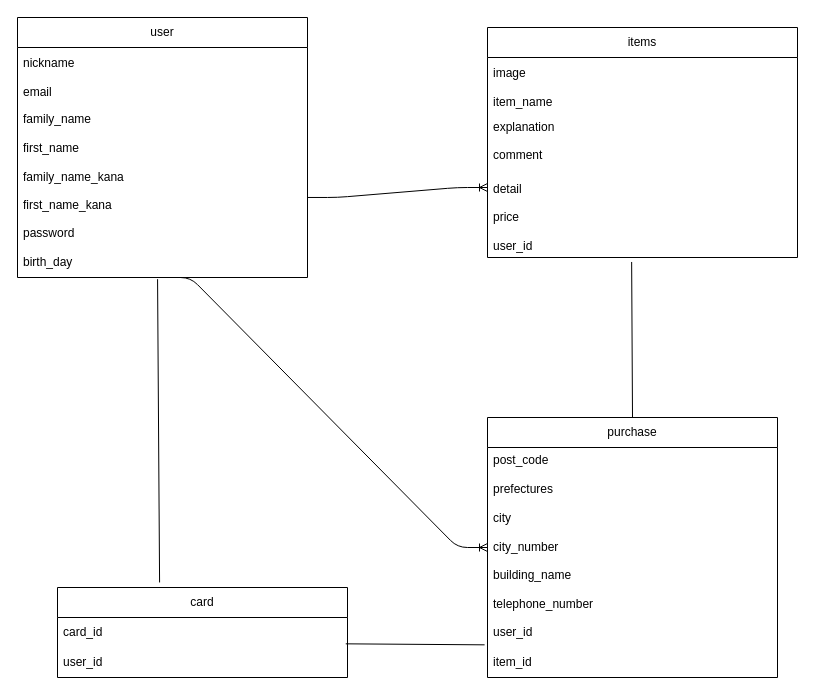
This is .dio from yuta10200831/furima-38941, a draw.io file, before an edit. Source tidied: cells renumbered, new cells numbered last; positions are measured from the earlier drawing's top-left corner, leaving out a move shared by most shapes. Both pictures are drawn from the tidied source at 100%, with x=0, y=0 at pixel (17, 17).
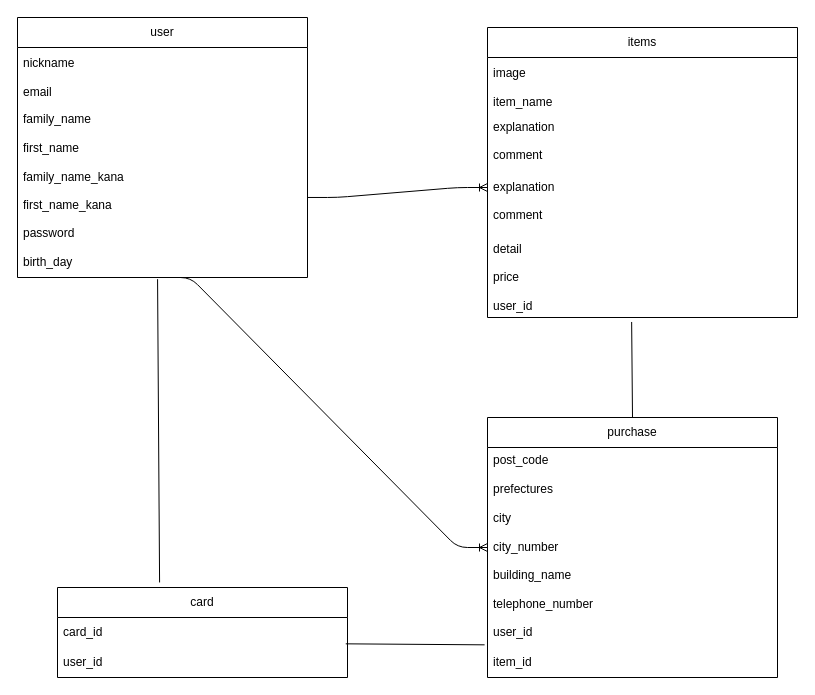
After the change.

Commit message:
データベース設計

The edit, as a diff of the source:
```diff
@@
     <mxCell id="9" value="items" style="swimlane;fontStyle=0;horizontal=1;startSize=30;whiteSpace=wrap;html=1;" parent="1" vertex="1">
-      <mxGeometry x="470" y="10" width="310" height="230" as="geometry" />
+      <mxGeometry x="470" y="10" width="310" height="290" as="geometry" />
     </mxCell>
@@
+    <mxCell id="22" value="explanation&lt;br&gt;&lt;br&gt;comment&lt;br&gt;&lt;br&gt;" style="text;strokeColor=none;fillColor=none;align=left;verticalAlign=middle;spacingLeft=4;spacingRight=4;overflow=hidden;whiteSpace=wrap;html=1;" parent="9" vertex="1">
+      <mxGeometry y="150" width="310" height="60" as="geometry" />
+    </mxCell>
     <mxCell id="12" value="detail&lt;br&gt;&lt;br&gt;price&lt;br&gt;&lt;br&gt;user_id" style="text;strokeColor=none;fillColor=none;align=left;verticalAlign=middle;spacingLeft=4;spacingRight=4;overflow=hidden;points=[[0,0.5],[1,0.5]];portConstraint=eastwest;whiteSpace=wrap;html=1;" parent="9" vertex="1">
-      <mxGeometry y="150" width="310" height="80" as="geometry" />
+      <mxGeometry y="210" width="310" height="80" as="geometry" />
     </mxCell>
```
